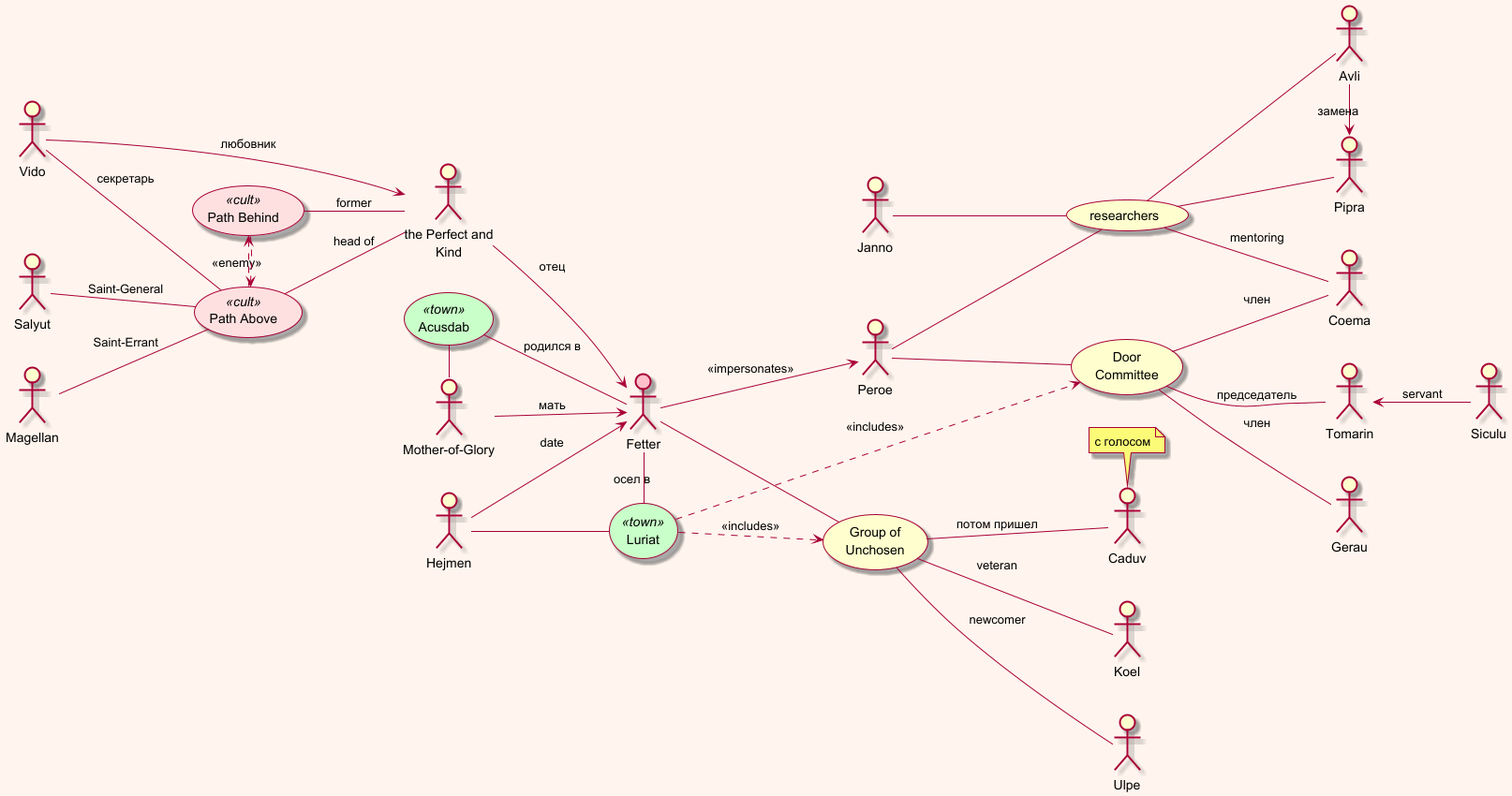
Above: The Saint of Bright Doors/The Saint of Bright Doors.png in olek3/reading (PlantUML), before the change.
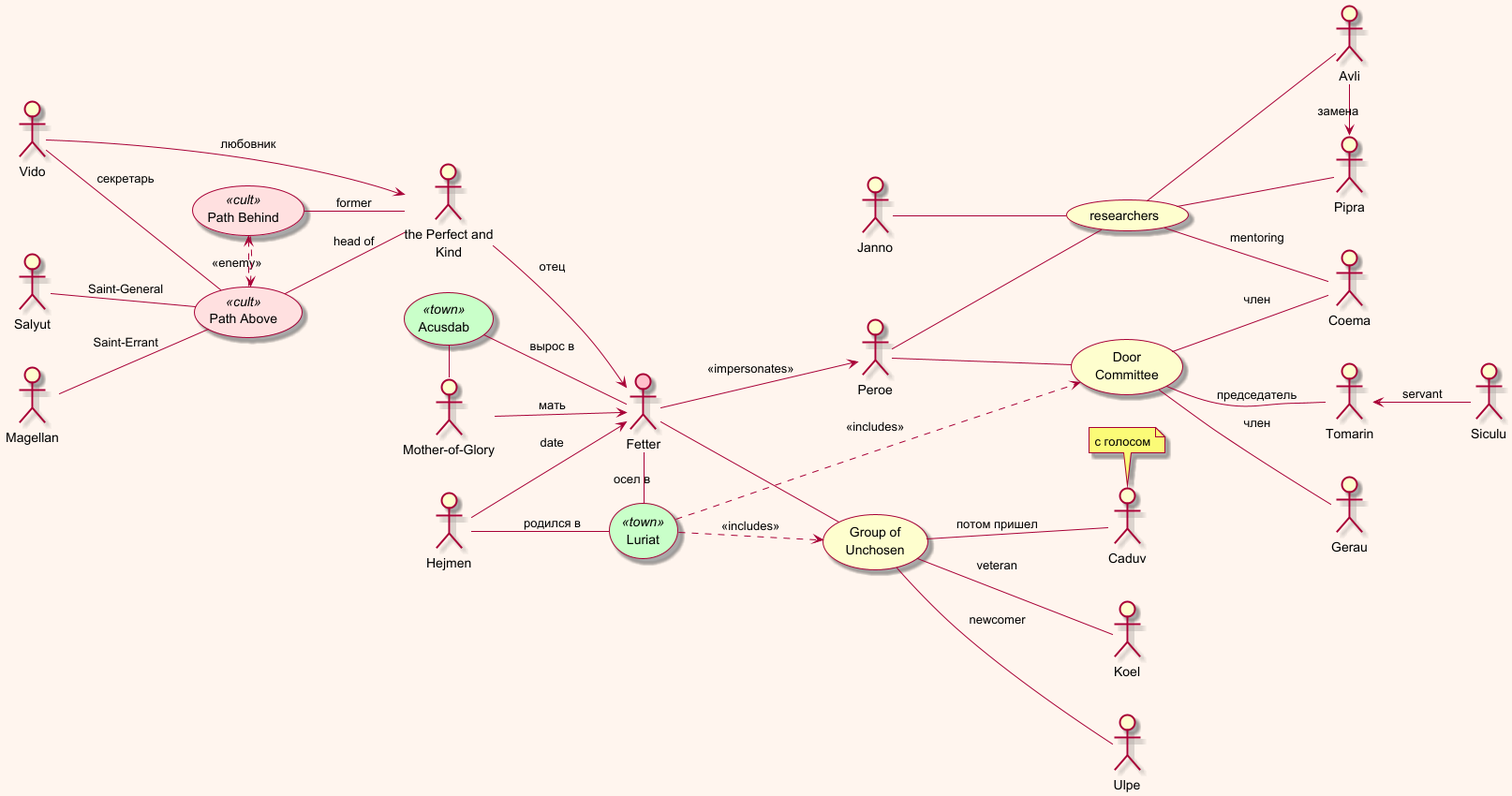
Above is the later version.

Commit message:
уточнения по городам

Change to the diagram source:
```diff
@@ -21,7 +21,7 @@
 (Acusdab) <<town>>
 
 (Acusdab) - mother
-(Acusdab) - fetter : родился в
+(Acusdab) - fetter : вырос в
 
 :Hejmen: as hejmen
 
@@ -29,7 +29,7 @@
 
 (Luriat) as luriat <<town>>
 
-hejmen -- luriat
+hejmen -- luriat : родился в
 fetter - luriat : осел в
 
 (Group of Unchosen) as group
```
